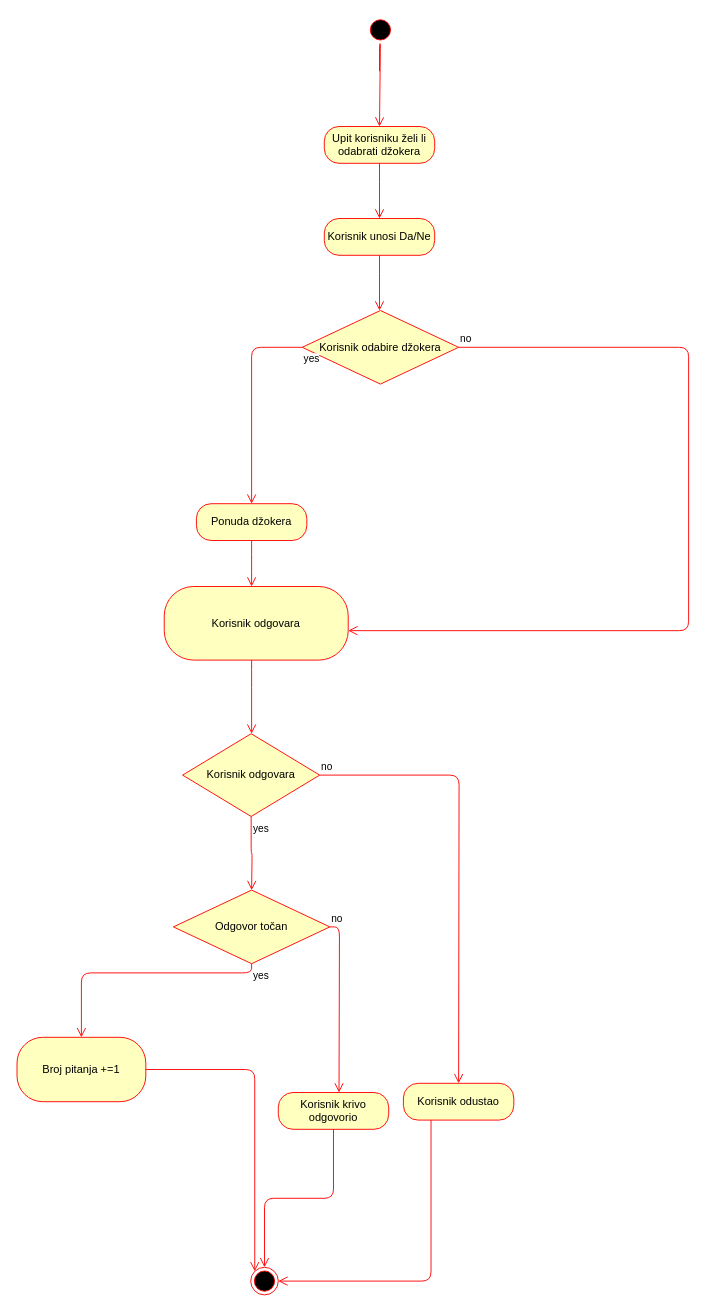
Kristian383/upi-projekt keeps this draw.io diagram as page "Activity: Odgovaranje" (6 of 8) of UML_Diagrami.drawio. Above is the earlier version. Source tidied: cells renumbered, new cells numbered last; positions are measured from the earlier drawing's top-left corner, leaving out a move shared by most shapes. Both pictures are drawn from the tidied source at 92%, with x=0, y=0 at pixel (17, 16).
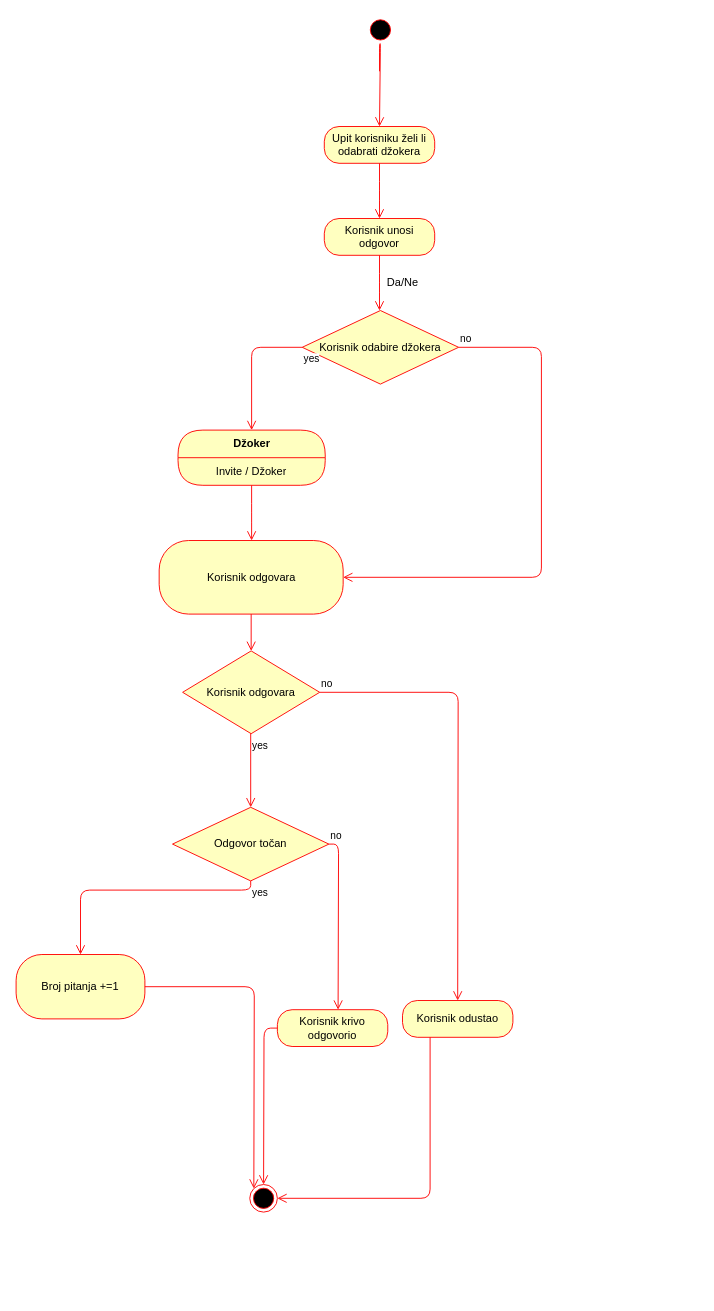
The same page after the edit.

Unchanged cells that the change refers to:
```xml
<mxCell id="4" value="Korisnik odabire džokera" style="rhombus;whiteSpace=wrap;html=1;fillColor=#ffffc0;strokeColor=#ff0000;" parent="1" vertex="1">
  <mxGeometry x="310" y="320" width="170" height="80" as="geometry" />
</mxCell>
```

Diff of the diagram source:
```diff
@@
-    <mxCell id="5" value="no" style="edgeStyle=orthogonalEdgeStyle;html=1;align=left;verticalAlign=bottom;endArrow=open;endSize=8;strokeColor=#ff0000;" parent="1" edge="1" source="4">
+    <mxCell id="5" value="no" style="edgeStyle=orthogonalEdgeStyle;html=1;align=left;verticalAlign=bottom;endArrow=open;endSize=8;strokeColor=#ff0000;entryX=1;entryY=0.5;entryDx=0;entryDy=0;" parent="1" edge="1" source="4" target="13">
       <mxGeometry x="-1" relative="1" as="geometry">
-        <mxPoint x="360" y="668" as="targetPoint" />
         <Array as="points">
-          <mxPoint x="730" y="360" />
-          <mxPoint x="730" y="668" />
+          <mxPoint x="570" y="360" />
+          <mxPoint x="570" y="610" />
         </Array>
       </mxGeometry>
     </mxCell>
     <mxCell id="6" value="yes" style="edgeStyle=orthogonalEdgeStyle;html=1;align=left;verticalAlign=top;endArrow=open;endSize=8;strokeColor=#ff0000;exitX=0;exitY=0.5;exitDx=0;exitDy=0;" parent="1" edge="1" source="4">
       <mxGeometry x="-1" relative="1" as="geometry">
-        <mxPoint x="255" y="530" as="targetPoint" />
+        <mxPoint x="255" y="450" as="targetPoint" />
         <Array as="points">
           <mxPoint x="255" y="360" />
         </Array>
       </mxGeometry>
     </mxCell>
@@
-    <mxCell id="9" value="Korisnik unosi Da/Ne" style="rounded=1;whiteSpace=wrap;html=1;arcSize=40;fontColor=#000000;fillColor=#ffffc0;strokeColor=#ff0000;" parent="1" vertex="1">
+    <mxCell id="9" value="Korisnik unosi odgovor" style="rounded=1;whiteSpace=wrap;html=1;arcSize=40;fontColor=#000000;fillColor=#ffffc0;strokeColor=#ff0000;" parent="1" vertex="1">
       <mxGeometry x="334" y="220" width="120" height="40" as="geometry" />
     </mxCell>
@@
-    <mxCell id="11" value="Ponuda džokera" style="rounded=1;whiteSpace=wrap;html=1;arcSize=40;fontColor=#000000;fillColor=#ffffc0;strokeColor=#ff0000;" parent="1" vertex="1">
-      <mxGeometry x="195" y="530" width="120" height="40" as="geometry" />
-    </mxCell>
-    <mxCell id="12" style="edgeStyle=orthogonalEdgeStyle;html=1;verticalAlign=bottom;endArrow=open;endSize=8;strokeColor=#ff0000;entryX=0.5;entryY=0;entryDx=0;entryDy=0;" parent="1" edge="1" source="11">
-      <mxGeometry relative="1" as="geometry">
-        <mxPoint x="255" y="620" as="targetPoint" />
-      </mxGeometry>
-    </mxCell>
     <mxCell id="13" value="Korisnik odgovara" style="rounded=1;whiteSpace=wrap;html=1;arcSize=40;fontColor=#000000;fillColor=#ffffc0;strokeColor=#ff0000;" parent="1" vertex="1">
-      <mxGeometry x="160" y="620" width="200" height="80" as="geometry" />
+      <mxGeometry x="154.5" y="570" width="200" height="80" as="geometry" />
     </mxCell>
-    <mxCell id="14" style="edgeStyle=orthogonalEdgeStyle;html=1;verticalAlign=bottom;endArrow=open;endSize=8;strokeColor=#ff0000;" parent="1" edge="1" source="13">
-      <mxGeometry relative="1" as="geometry">
-        <mxPoint x="255" y="780" as="targetPoint" />
-        <Array as="points">
-          <mxPoint x="255" y="720" />
-          <mxPoint x="255" y="720" />
-        </Array>
-      </mxGeometry>
-    </mxCell>
     <mxCell id="15" style="ellipse;html=1;shape=endState;fillColor=#000000;strokeColor=#ff0000;" parent="1" vertex="1">
-      <mxGeometry x="254" y="1360" width="30" height="30" as="geometry" />
+      <mxGeometry x="253" y="1270" width="30" height="30" as="geometry" />
     </mxCell>
     <mxCell id="16" value="Korisnik odgovara" style="rhombus;whiteSpace=wrap;html=1;fillColor=#ffffc0;strokeColor=#ff0000;" parent="1" vertex="1">
-      <mxGeometry x="180" y="780" width="149" height="90" as="geometry" />
+      <mxGeometry x="180" y="690" width="149" height="90" as="geometry" />
     </mxCell>
     <mxCell id="17" value="no" style="edgeStyle=orthogonalEdgeStyle;html=1;align=left;verticalAlign=bottom;endArrow=open;endSize=8;strokeColor=#ff0000;" parent="1" edge="1" source="16">
       <mxGeometry x="-1" relative="1" as="geometry">
-        <mxPoint x="480" y="1160" as="targetPoint" />
+        <mxPoint x="479" y="1070" as="targetPoint" />
       </mxGeometry>
     </mxCell>
     <mxCell id="18" value="yes" style="edgeStyle=orthogonalEdgeStyle;html=1;align=left;verticalAlign=top;endArrow=open;endSize=8;strokeColor=#ff0000;" parent="1" edge="1" source="16">
       <mxGeometry x="-1" relative="1" as="geometry">
-        <mxPoint x="255" y="950" as="targetPoint" />
+        <mxPoint x="254" y="860" as="targetPoint" />
       </mxGeometry>
     </mxCell>
     <mxCell id="19" value="Korisnik odustao" style="rounded=1;whiteSpace=wrap;html=1;arcSize=40;fontColor=#000000;fillColor=#ffffc0;strokeColor=#ff0000;" parent="1" vertex="1">
-      <mxGeometry x="420" y="1160" width="120" height="40" as="geometry" />
+      <mxGeometry x="419" y="1070" width="120" height="40" as="geometry" />
     </mxCell>
-    <mxCell id="20" style="edgeStyle=orthogonalEdgeStyle;html=1;verticalAlign=bottom;endArrow=open;endSize=8;strokeColor=#ff0000;entryX=1;entryY=0.5;entryDx=0;entryDy=0;" parent="1" edge="1" source="19" target="15">
+    <mxCell id="20" style="edgeStyle=orthogonalEdgeStyle;html=1;verticalAlign=bottom;endArrow=open;endSize=8;strokeColor=#ff0000;entryX=1;entryY=0.5;entryDx=0;entryDy=0;" parent="1" edge="1" source="19">
       <mxGeometry relative="1" as="geometry">
+        <mxPoint x="283" y="1285" as="targetPoint" />
         <Array as="points">
-          <mxPoint x="450" y="1375" />
+          <mxPoint x="449" y="1285" />
         </Array>
       </mxGeometry>
     </mxCell>
     <mxCell id="21" value="Odgovor točan" style="rhombus;whiteSpace=wrap;html=1;fillColor=#ffffc0;strokeColor=#ff0000;" parent="1" vertex="1">
-      <mxGeometry x="170" y="950" width="170" height="80" as="geometry" />
+      <mxGeometry x="169" y="860" width="170" height="80" as="geometry" />
     </mxCell>
     <mxCell id="22" value="no" style="edgeStyle=orthogonalEdgeStyle;html=1;align=left;verticalAlign=bottom;endArrow=open;endSize=8;strokeColor=#ff0000;" parent="1" edge="1" source="21">
       <mxGeometry x="-1" relative="1" as="geometry">
-        <mxPoint x="350" y="1170" as="targetPoint" />
+        <mxPoint x="349" y="1080" as="targetPoint" />
       </mxGeometry>
     </mxCell>
     <mxCell id="23" value="yes" style="edgeStyle=orthogonalEdgeStyle;html=1;align=left;verticalAlign=top;endArrow=open;endSize=8;strokeColor=#ff0000;" parent="1" edge="1" source="21">
       <mxGeometry x="-1" relative="1" as="geometry">
-        <mxPoint x="70" y="1110" as="targetPoint" />
+        <mxPoint x="69" y="1020" as="targetPoint" />
         <Array as="points">
-          <mxPoint x="255" y="1040" />
-          <mxPoint x="70" y="1040" />
+          <mxPoint x="254" y="950" />
+          <mxPoint x="69" y="950" />
         </Array>
       </mxGeometry>
     </mxCell>
     <mxCell id="24" value="Broj pitanja +=1" style="rounded=1;whiteSpace=wrap;html=1;arcSize=40;fontColor=#000000;fillColor=#ffffc0;strokeColor=#ff0000;" parent="1" vertex="1">
-      <mxGeometry y="1110" width="140" height="70" as="geometry" />
+      <mxGeometry x="-1" y="1020" width="140" height="70" as="geometry" />
     </mxCell>
-    <mxCell id="25" style="edgeStyle=orthogonalEdgeStyle;html=1;verticalAlign=bottom;endArrow=open;endSize=8;strokeColor=#ff0000;entryX=0;entryY=0;entryDx=0;entryDy=0;" parent="1" edge="1" source="24" target="15">
-      <mxGeometry relative="1" as="geometry" />
+    <mxCell id="25" style="edgeStyle=orthogonalEdgeStyle;html=1;verticalAlign=bottom;endArrow=open;endSize=8;strokeColor=#ff0000;entryX=0;entryY=0;entryDx=0;entryDy=0;" parent="1" edge="1" source="24">
+      <mxGeometry relative="1" as="geometry">
+        <mxPoint x="257.4" y="1274.4" as="targetPoint" />
+      </mxGeometry>
     </mxCell>
     <mxCell id="26" value="Korisnik krivo odgovorio" style="rounded=1;whiteSpace=wrap;html=1;arcSize=40;fontColor=#000000;fillColor=#ffffc0;strokeColor=#ff0000;" parent="1" vertex="1">
-      <mxGeometry x="284" y="1170" width="120" height="40" as="geometry" />
+      <mxGeometry x="283" y="1080" width="120" height="40" as="geometry" />
     </mxCell>
-    <mxCell id="27" style="edgeStyle=orthogonalEdgeStyle;html=1;verticalAlign=bottom;endArrow=open;endSize=8;strokeColor=#ff0000;entryX=0.5;entryY=0;entryDx=0;entryDy=0;" parent="1" edge="1" source="26" target="15">
-      <mxGeometry relative="1" as="geometry" />
+    <mxCell id="27" style="edgeStyle=orthogonalEdgeStyle;html=1;verticalAlign=bottom;endArrow=open;endSize=8;strokeColor=#ff0000;entryX=0.5;entryY=0;entryDx=0;entryDy=0;" parent="1" edge="1" source="26">
+      <mxGeometry relative="1" as="geometry">
+        <mxPoint x="268" y="1270" as="targetPoint" />
+      </mxGeometry>
     </mxCell>
+    <mxCell id="28" value="Džoker" style="swimlane;html=1;fontStyle=1;align=center;verticalAlign=middle;horizontal=1;startSize=30;fontColor=#000000;rounded=1;arcSize=30;strokeColor=#ff0000;fillColor=#ffffc0;swimlaneFillColor=#ffffc0;" parent="1" vertex="1">
+      <mxGeometry x="175" y="450" width="160" height="60" as="geometry" />
+    </mxCell>
+    <mxCell id="29" value="Invite / Džoker&lt;br&gt;" style="text;html=1;strokeColor=none;fillColor=none;align=center;verticalAlign=middle;spacingLeft=4;spacingRight=4;whiteSpace=wrap;overflow=hidden;fontColor=#000000;" parent="28" vertex="1">
+      <mxGeometry y="30" width="160" height="30" as="geometry" />
+    </mxCell>
+    <mxCell id="30" style="edgeStyle=orthogonalEdgeStyle;html=1;verticalAlign=bottom;endArrow=open;endSize=8;strokeColor=#ff0000;" parent="1" edge="1" source="28">
+      <mxGeometry relative="1" as="geometry">
+        <mxPoint x="255" y="570" as="targetPoint" />
+      </mxGeometry>
+    </mxCell>
+    <mxCell id="31" style="edgeStyle=orthogonalEdgeStyle;html=1;verticalAlign=bottom;endArrow=open;endSize=8;strokeColor=#ff0000;exitX=0.5;exitY=1;exitDx=0;exitDy=0;entryX=0.5;entryY=0;entryDx=0;entryDy=0;" parent="1" edge="1" source="13" target="16">
+      <mxGeometry relative="1" as="geometry" />
+    </mxCell>
+    <mxCell id="32" value="Da/Ne" style="text;html=1;align=center;verticalAlign=middle;" parent="1" vertex="1">
+      <mxGeometry x="394" y="280" width="50" height="20" as="geometry" />
+    </mxCell>
```
